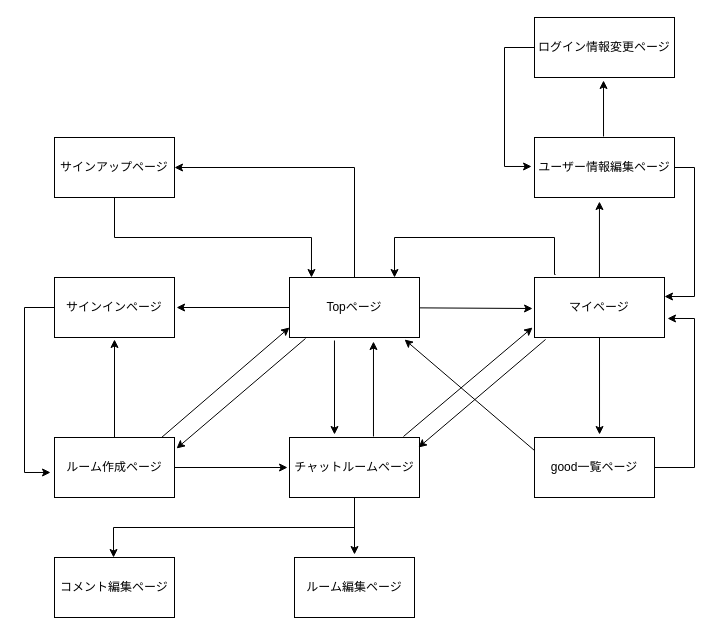
This is bin/画面遷移図.dio from massan7251/breakpoint_app, a draw.io file, before an edit. Source tidied: cells renumbered, new cells numbered last; positions are measured from the earlier drawing's top-left corner, leaving out a move shared by most shapes. Both pictures are drawn from the tidied source at 100%, with x=0, y=0 at pixel (24, 17).
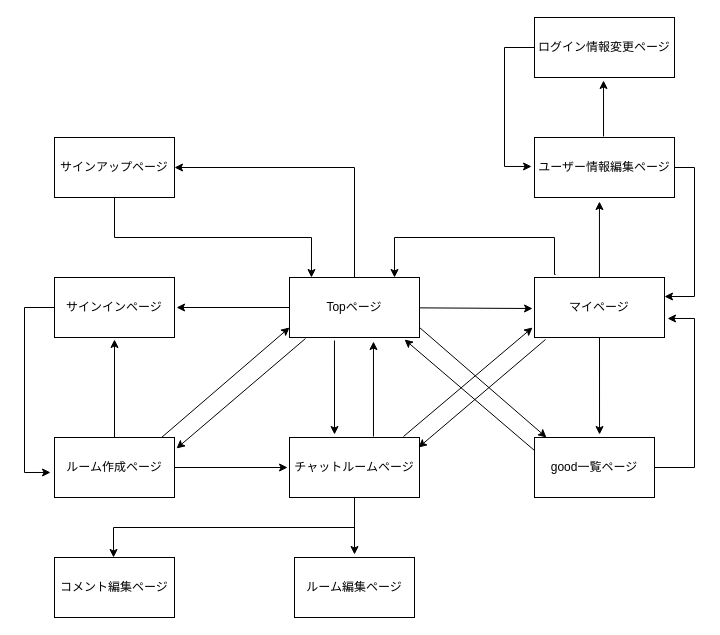
Above is the later version.

The change refers to these unchanged cells:
```xml
<mxCell id="7" value="Topページ" style="whiteSpace=wrap;html=1;align=center;newEdgeStyle={&quot;edgeStyle&quot;:&quot;elbowEdgeStyle&quot;,&quot;startArrow&quot;:&quot;none&quot;,&quot;endArrow&quot;:&quot;none&quot;};" parent="1" vertex="1">
  <mxGeometry x="265" y="260" width="130" height="60" as="geometry" />
</mxCell>
<mxCell id="35" value="good一覧ページ" style="whiteSpace=wrap;html=1;align=center;newEdgeStyle={&quot;edgeStyle&quot;:&quot;elbowEdgeStyle&quot;,&quot;startArrow&quot;:&quot;none&quot;,&quot;endArrow&quot;:&quot;none&quot;};" parent="1" vertex="1">
  <mxGeometry x="510" y="420" width="120" height="60" as="geometry" />
</mxCell>
```

The edit, as a diff of the source:
```diff
@@
+    <mxCell id="36" style="rounded=0;jettySize=auto;html=1;entryX=0.1;entryY=0;entryDx=0;entryDy=0;entryPerimeter=0;endArrow=classic;endFill=1;exitX=1;exitY=0.833;exitDx=0;exitDy=0;exitPerimeter=0;" parent="1" edge="1" source="7" target="35">
+      <mxGeometry relative="1" as="geometry" />
+    </mxCell>
```
